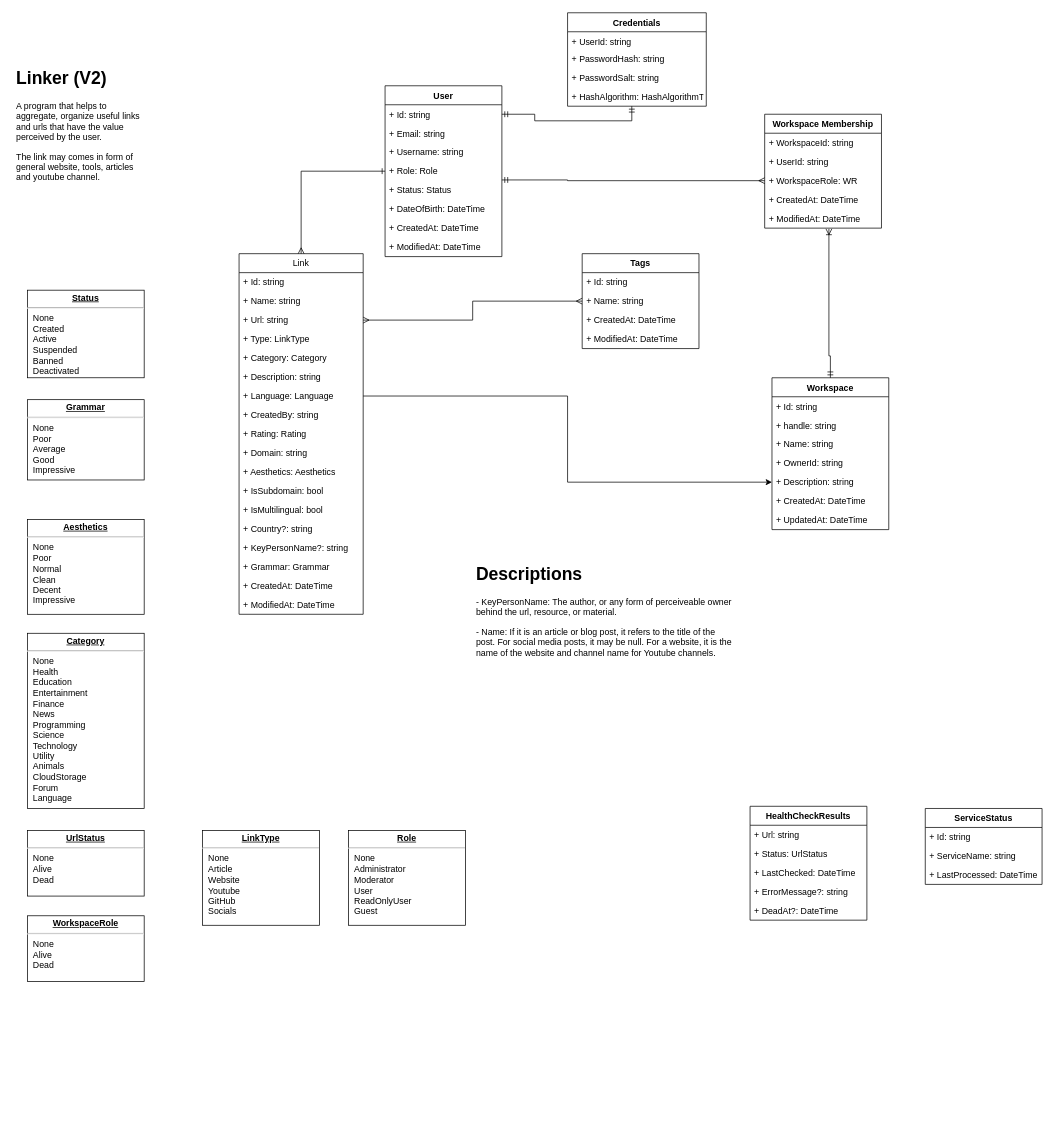
data-miner00/Linker keeps this draw.io diagram as page "V2 Class Diagram" (5 of 5) of docs/Linker.drawio. Above is the earlier version. Source tidied: cells renumbered, new cells numbered last; positions are measured from the earlier drawing's top-left corner, leaving out a move shared by most shapes. Both pictures are drawn from the tidied source at 73%, with x=0, y=0 at pixel (12, 12).
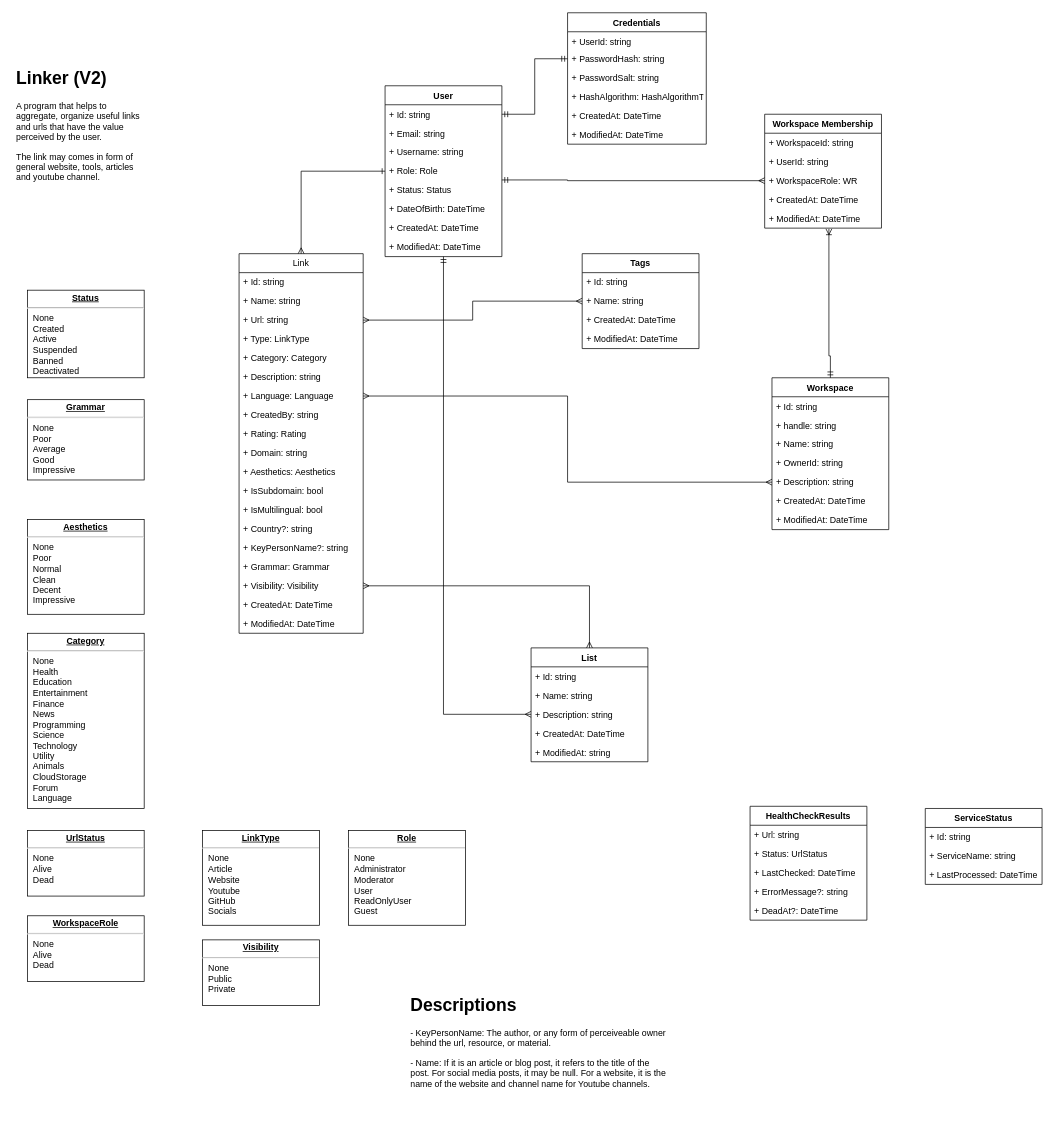
Above is the later version.

The change refers to these unchanged cells:
```xml
<mxCell id="9" value="+ Language: Language" style="text;strokeColor=none;fillColor=none;align=left;verticalAlign=top;spacingLeft=4;spacingRight=4;overflow=hidden;points=[[0,0.5],[1,0.5]];portConstraint=eastwest;" parent="2" vertex="1">
  <mxGeometry y="182" width="170" height="26" as="geometry" />
</mxCell>
<mxCell id="25" value="User" style="swimlane;fontStyle=1;align=center;verticalAlign=top;horizontal=1;startSize=26;" parent="1" vertex="1">
  <mxGeometry x="510" y="100" width="160" height="234" as="geometry" />
</mxCell>
<mxCell id="26" value="+ Id: string" style="text;strokeColor=none;fillColor=none;align=left;verticalAlign=top;spacingLeft=4;spacingRight=4;overflow=hidden;points=[[0,0.5],[1,0.5]];portConstraint=eastwest;" parent="25" vertex="1">
  <mxGeometry y="26" width="160" height="26" as="geometry" />
</mxCell>
<mxCell id="44" value="+ PasswordHash: string" style="text;strokeColor=none;fillColor=none;align=left;verticalAlign=top;spacingLeft=4;spacingRight=4;overflow=hidden;points=[[0,0.5],[1,0.5]];portConstraint=eastwest;" parent="42" vertex="1">
  <mxGeometry y="50" width="190" height="26" as="geometry" />
</mxCell>
<mxCell id="46" value="+ HashAlgorithm: HashAlgorithmType" style="text;strokeColor=none;fillColor=none;align=left;verticalAlign=top;spacingLeft=4;spacingRight=4;overflow=hidden;points=[[0,0.5],[1,0.5]];portConstraint=eastwest;" parent="42" vertex="1">
  <mxGeometry y="102" width="190" height="26" as="geometry" />
</mxCell>
<mxCell id="47" value="Workspace" style="swimlane;fontStyle=1;align=center;verticalAlign=top;horizontal=1;startSize=26;" parent="1" vertex="1">
  <mxGeometry x="1040" y="500" width="160" height="208" as="geometry" />
</mxCell>
<mxCell id="52" value="+ Description: string" style="text;strokeColor=none;fillColor=none;align=left;verticalAlign=top;spacingLeft=4;spacingRight=4;overflow=hidden;points=[[0,0.5],[1,0.5]];portConstraint=eastwest;" parent="47" vertex="1">
  <mxGeometry y="130" width="160" height="26" as="geometry" />
</mxCell>
```

The edit, as a diff of the source:
```diff
@@
     <mxCell id="2" value="Link" style="swimlane;fontStyle=0;horizontal=1;startSize=26;fillColor=none;" parent="1" vertex="1">
-      <mxGeometry x="310" y="330" width="170" height="494" as="geometry" />
+      <mxGeometry x="310" y="330" width="170" height="520" as="geometry" />
     </mxCell>
@@
+    <mxCell id="80" value="+ Visibility: Visibility" style="text;strokeColor=none;fillColor=none;align=left;verticalAlign=top;spacingLeft=4;spacingRight=4;overflow=hidden;points=[[0,0.5],[1,0.5]];portConstraint=eastwest;" parent="2" vertex="1">
+      <mxGeometry y="442" width="170" height="26" as="geometry" />
+    </mxCell>
     <mxCell id="19" value="+ CreatedAt: DateTime" style="text;strokeColor=none;fillColor=none;align=left;verticalAlign=top;spacingLeft=4;spacingRight=4;overflow=hidden;" parent="2" vertex="1">
-      <mxGeometry y="442" width="170" height="26" as="geometry" />
+      <mxGeometry y="468" width="170" height="26" as="geometry" />
     </mxCell>
     <mxCell id="20" value="+ ModifiedAt: DateTime" style="text;strokeColor=none;fillColor=none;align=left;verticalAlign=top;spacingLeft=4;spacingRight=4;overflow=hidden;" parent="2" vertex="1">
-      <mxGeometry y="468" width="170" height="26" as="geometry" />
+      <mxGeometry y="494" width="170" height="26" as="geometry" />
     </mxCell>
@@
+    <mxCell id="81" style="edgeStyle=orthogonalEdgeStyle;rounded=0;jettySize=auto;html=1;entryX=0;entryY=0.5;entryDx=0;entryDy=0;endArrow=ERmany;endFill=0;startArrow=ERmandOne;startFill=0;" parent="1" edge="1" source="25" target="89">
+      <mxGeometry relative="1" as="geometry" />
+    </mxCell>
@@
     <mxCell id="42" value="Credentials" style="swimlane;fontStyle=1;align=center;verticalAlign=top;horizontal=1;startSize=26;" parent="1" vertex="1">
-      <mxGeometry x="760" width="190" height="128" as="geometry" />
+      <mxGeometry x="760" width="190" height="180" as="geometry" />
     </mxCell>
@@
+    <mxCell id="82" value="+ CreatedAt: DateTime" style="text;strokeColor=none;fillColor=none;align=left;verticalAlign=top;spacingLeft=4;spacingRight=4;overflow=hidden;" parent="42" vertex="1">
+      <mxGeometry y="128" width="190" height="26" as="geometry" />
+    </mxCell>
+    <mxCell id="83" value="+ ModifiedAt: DateTime" style="text;strokeColor=none;fillColor=none;align=left;verticalAlign=top;spacingLeft=4;spacingRight=4;overflow=hidden;" parent="42" vertex="1">
+      <mxGeometry y="154" width="190" height="26" as="geometry" />
+    </mxCell>
@@
-    <mxCell id="54" value="+ UpdatedAt: DateTime" style="text;strokeColor=none;fillColor=none;align=left;verticalAlign=top;spacingLeft=4;spacingRight=4;overflow=hidden;" parent="47" vertex="1">
+    <mxCell id="54" value="+ ModifiedAt: DateTime" style="text;strokeColor=none;fillColor=none;align=left;verticalAlign=top;spacingLeft=4;spacingRight=4;overflow=hidden;" parent="47" vertex="1">
       <mxGeometry y="182" width="160" height="26" as="geometry" />
     </mxCell>
@@
     <mxCell id="73" value="&lt;h1&gt;Descriptions&lt;/h1&gt;&lt;p&gt;- KeyPersonName: The author, or any form of perceiveable owner behind the url, resource, or material.&lt;/p&gt;&lt;p&gt;- Name: If it is an article or blog post, it refers to the title of the post. For social media posts, it may be null. For a website, it is the name of the website and channel name for Youtube channels.&lt;/p&gt;" style="text;html=1;strokeColor=none;fillColor=none;spacing=5;spacingTop=-20;whiteSpace=wrap;overflow=hidden;rounded=0;" parent="1" vertex="1">
-      <mxGeometry x="630" y="750" width="360" height="182" as="geometry" />
+      <mxGeometry x="540" y="1340" width="360" height="182" as="geometry" />
     </mxCell>
@@
-    <mxCell id="76" style="edgeStyle=orthogonalEdgeStyle;rounded=0;jettySize=auto;html=1;entryX=0.463;entryY=1;entryDx=0;entryDy=0;entryPerimeter=0;endArrow=ERmandOne;endFill=0;startArrow=ERmandOne;startFill=0;" parent="1" edge="1" source="26" target="46">
+    <mxCell id="76" style="edgeStyle=orthogonalEdgeStyle;rounded=0;jettySize=auto;html=1;entryX=0;entryY=0.5;entryDx=0;entryDy=0;endArrow=ERmandOne;endFill=0;startArrow=ERmandOne;startFill=0;" parent="1" edge="1" source="26" target="44">
       <mxGeometry relative="1" as="geometry" />
     </mxCell>
@@
-    <mxCell id="78" style="edgeStyle=orthogonalEdgeStyle;rounded=0;jettySize=auto;html=1;entryX=0;entryY=0.5;entryDx=0;entryDy=0;" parent="1" edge="1" source="9" target="52">
+    <mxCell id="78" style="edgeStyle=orthogonalEdgeStyle;rounded=0;jettySize=auto;html=1;entryX=0;entryY=0.5;entryDx=0;entryDy=0;endArrow=ERmany;endFill=0;startArrow=ERmany;startFill=0;" parent="1" edge="1" source="9" target="52">
       <mxGeometry relative="1" as="geometry" />
     </mxCell>
@@
+    <mxCell id="84" value="&lt;p style=&quot;margin:0px;margin-top:4px;text-align:center;text-decoration:underline;&quot;&gt;&lt;b&gt;Visibility&lt;/b&gt;&lt;/p&gt;&lt;hr&gt;&lt;p style=&quot;margin:0px;margin-left:8px;&quot;&gt;None&lt;/p&gt;&lt;p style=&quot;margin:0px;margin-left:8px;&quot;&gt;Public&lt;/p&gt;&lt;p style=&quot;margin:0px;margin-left:8px;&quot;&gt;Private&lt;/p&gt;&lt;p style=&quot;margin:0px;margin-left:8px;&quot;&gt;&lt;br&gt;&lt;/p&gt;" style="verticalAlign=top;align=left;overflow=fill;fontSize=12;fontFamily=Helvetica;html=1;" parent="1" vertex="1">
+      <mxGeometry x="260" y="1270" width="160" height="90" as="geometry" />
+    </mxCell>
+    <mxCell id="85" style="edgeStyle=orthogonalEdgeStyle;rounded=0;jettySize=auto;html=1;endArrow=ERmany;endFill=0;startArrow=ERmany;startFill=0;" parent="1" edge="1" source="86" target="80">
+      <mxGeometry relative="1" as="geometry" />
+    </mxCell>
+    <mxCell id="86" value="List" style="swimlane;fontStyle=1;align=center;verticalAlign=top;horizontal=1;startSize=26;" parent="1" vertex="1">
+      <mxGeometry x="710" y="870" width="160" height="156" as="geometry" />
+    </mxCell>
+    <mxCell id="87" value="+ Id: string" style="text;strokeColor=none;fillColor=none;align=left;verticalAlign=top;spacingLeft=4;spacingRight=4;overflow=hidden;" parent="86" vertex="1">
+      <mxGeometry y="26" width="160" height="26" as="geometry" />
+    </mxCell>
+    <mxCell id="88" value="+ Name: string" style="text;strokeColor=none;fillColor=none;align=left;verticalAlign=top;spacingLeft=4;spacingRight=4;overflow=hidden;" parent="86" vertex="1">
+      <mxGeometry y="52" width="160" height="26" as="geometry" />
+    </mxCell>
+    <mxCell id="89" value="+ Description: string" style="text;strokeColor=none;fillColor=none;align=left;verticalAlign=top;spacingLeft=4;spacingRight=4;overflow=hidden;points=[[0,0.5],[1,0.5]];portConstraint=eastwest;" parent="86" vertex="1">
+      <mxGeometry y="78" width="160" height="26" as="geometry" />
+    </mxCell>
+    <mxCell id="90" value="+ CreatedAt: DateTime" style="text;strokeColor=none;fillColor=none;align=left;verticalAlign=top;spacingLeft=4;spacingRight=4;overflow=hidden;" parent="86" vertex="1">
+      <mxGeometry y="104" width="160" height="26" as="geometry" />
+    </mxCell>
+    <mxCell id="91" value="+ ModifiedAt: string" style="text;strokeColor=none;fillColor=none;align=left;verticalAlign=top;spacingLeft=4;spacingRight=4;overflow=hidden;" parent="86" vertex="1">
+      <mxGeometry y="130" width="160" height="26" as="geometry" />
+    </mxCell>
```
